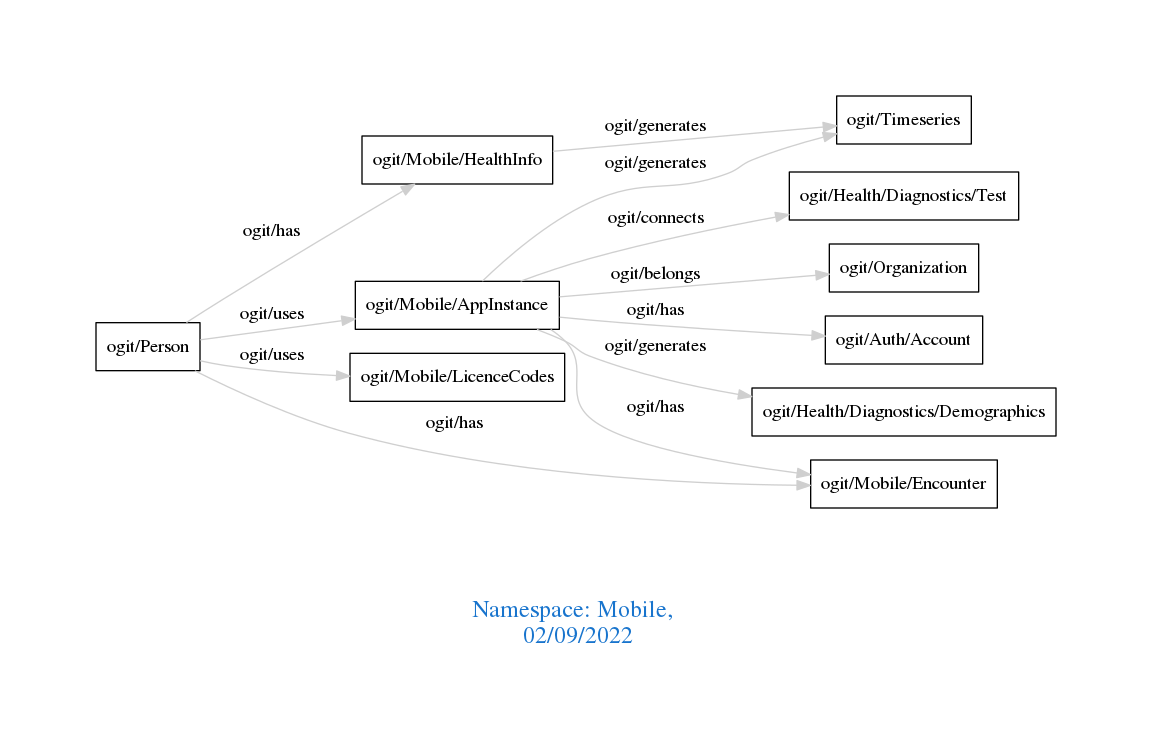
The Graphviz diagram downloads/Mobile.png in arago/OGIT, before a commit. Its source is kept beside it as downloads/Mobile.dot.
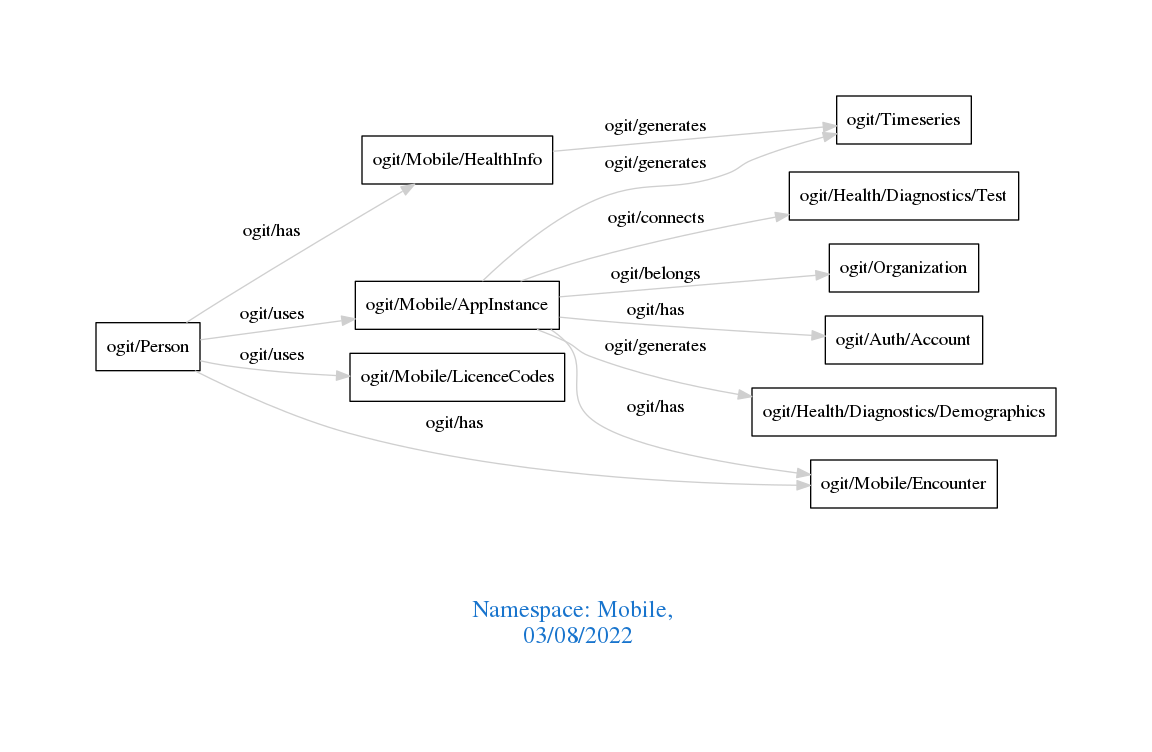
Above is the later version.

Diff of the diagram source:
```diff
@@ -1,7 +1,7 @@
 digraph OGIT_ontology {
  graph [ rankdir= LR,pad=1
 fontsize = 18,
-fontcolor= dodgerblue3,label = "\n\n\nNamespace: Mobile, \n 02/09/2022"];
+fontcolor= dodgerblue3,label = "\n\n\nNamespace: Mobile, \n 03/08/2022"];
 node[shape=polygon];
 edge [  color="gray81"];
 
```
